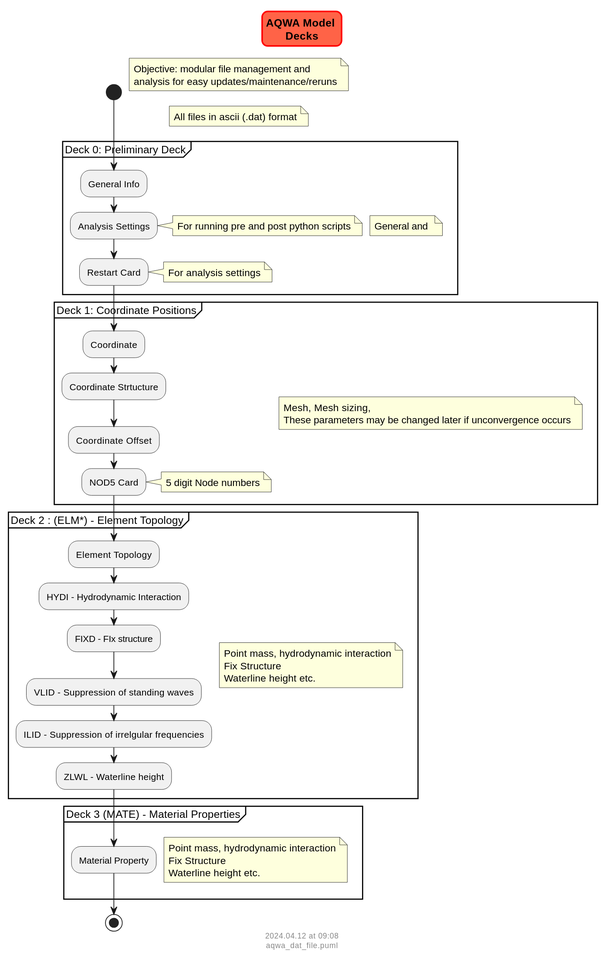
The PlantUML diagram docs/ansys/aqwa/flowcharts/aqwa_dat_file.svg in vamseeachanta/digitalmodel, before a commit. Its diagram source:
```plantuml
@startuml
scale 3
skinparam titleBorderRoundCorner 15
skinparam titleBorderThickness 2
skinparam titleBorderColor red
skinparam titleBackgroundColor Tomato

title AQWA Model \nDecks

start

    note right
        Objective: modular file management and
        analysis for easy updates/maintenance/reruns
    end note

    note right
        All files in ascii (.dat) format
    end note

    partition "Deck 0: Preliminary Deck" {
            note right
                General and
            end note

        :General Info;
        :Analysis Settings;
            note right
                For running pre and post python scripts
            end note
        :Restart Card;
            note right
                For analysis settings
            end note
    }

    partition "Deck 1: Coordinate Positions" {
            note right
                Mesh, Mesh sizing,
                These parameters may be changed later if unconvergence occurs
            end note

        :Coordinate;
        :Coordinate Strtucture;
        :Coordinate  Offset;
        :NOD5 Card;
            note right
                5 digit Node numbers
            end note
    }

    partition "Deck 2 : (ELM*) - Element Topology" {
            note right
                Point mass, hydrodynamic interaction
                Fix Structure
                Waterline height etc.
            end note

        :Element Topology;
        :HYDI - Hydrodynamic Interaction;
        :FIXD - FIx structure;
        :VLID - Suppression of standing waves;
        :ILID - Suppression of irrelgular frequencies;
        :ZLWL - Waterline height;
    }

    partition "Deck 3 (MATE) - Material Properties" {
            note right
                Point mass, hydrodynamic interaction
                Fix Structure
                Waterline height etc.
            end note

        :Material Property;

    }


stop

footer
%date("yyyy.MM.dd' at 'HH:mm")
%filename()
end footer
@enduml
```
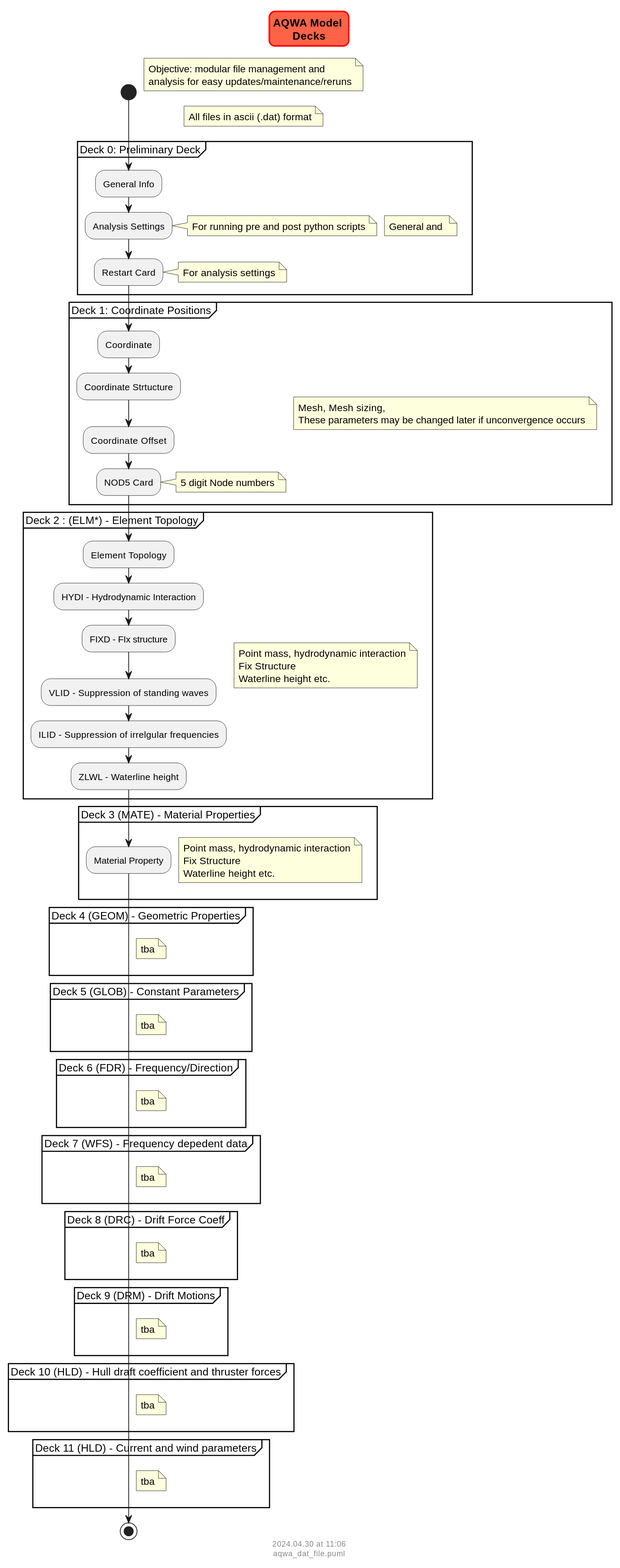
Later version of the same file.

Diff of the diagram source:
```diff
@@ -72,9 +72,55 @@
             end note
 
         :Material Property;
-
     }
 
+    partition "Deck 4 (GEOM) - Geometric Properties" {
+            note right
+                tba
+            end note
+    }
+
+    partition "Deck 5 (GLOB) - Constant Parameters" {
+            note right
+                tba
+            end note
+    }
+
+    partition "Deck 6 (FDR) - Frequency/Direction" {
+            note right
+                tba
+            end note
+    }
+
+    partition "Deck 7 (WFS) - Frequency depedent data" {
+            note right
+                tba
+            end note
+    }
+
+    partition "Deck 8 (DRC) - Drift Force Coeff" {
+            note right
+                tba
+            end note
+    }
+
+    partition "Deck 9 (DRM) - Drift Motions" {
+            note right
+                tba
+            end note
+    }
+
+    partition "Deck 10 (HLD) - Hull draft coefficient and thruster forces" {
+            note right
+                tba
+            end note
+    }
+
+    partition "Deck 11 (HLD) - Current and wind parameters" {
+            note right
+                tba
+            end note
+    }
 
 stop
 
```
